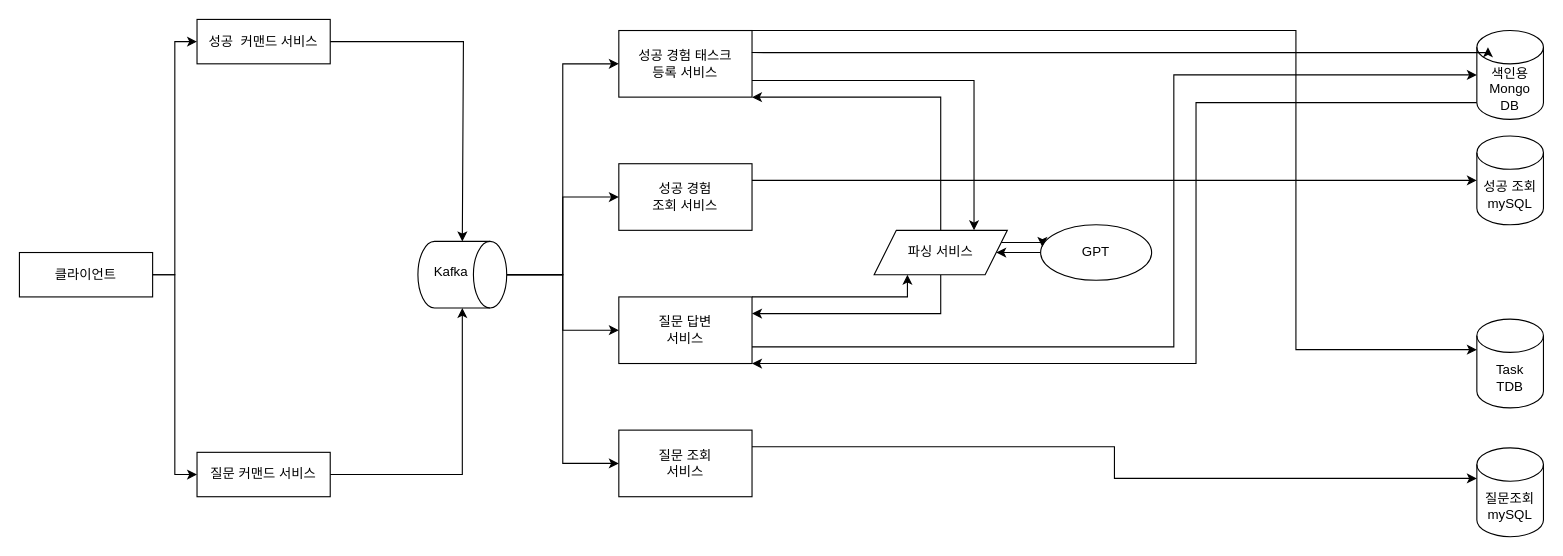
Above: 제목 없는 다이어그램.drawio in amycandoit/backend_001 (draw.io), before the change. Source tidied: cells renumbered, new cells numbered last; positions are measured from the earlier drawing's top-left corner, leaving out a move shared by most shapes. Both pictures are drawn from the tidied source at 111%, with x=0, y=0 at pixel (19, 19).
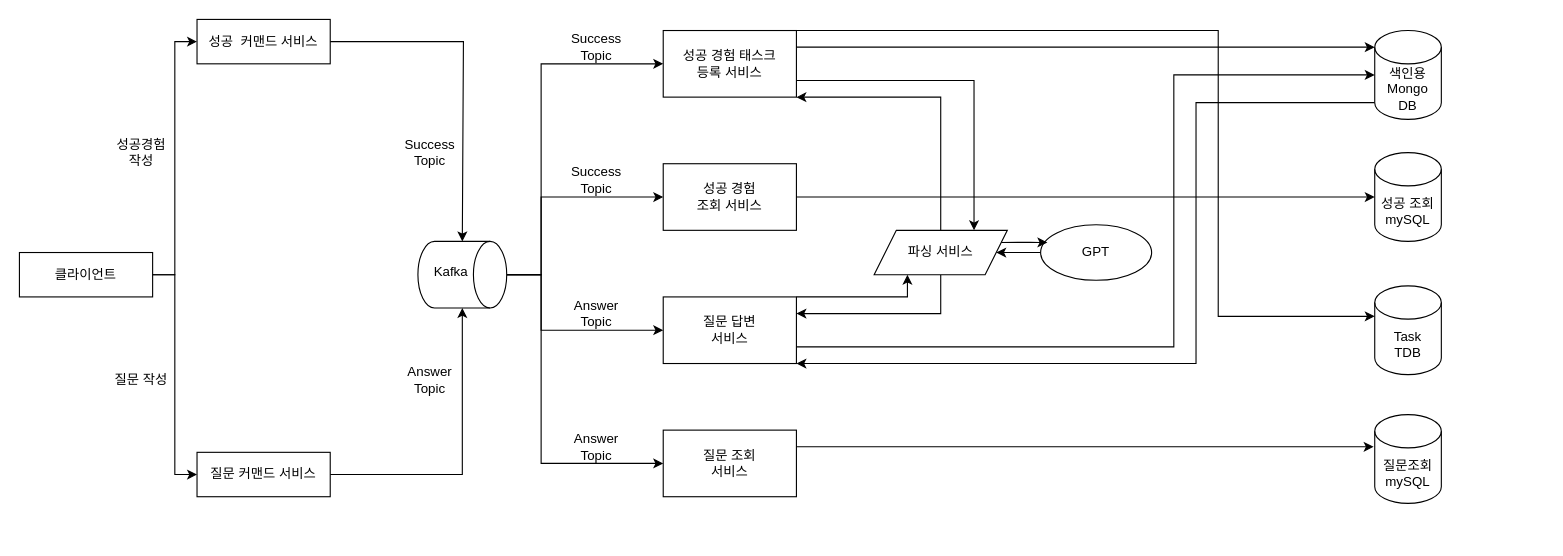
After the change.

Commit message:
수정하기.drawio 업데이트

Unchanged cells that the change refers to:
```xml
<mxCell id="10" style="shape=cylinder3;whiteSpace=wrap;html=1;boundedLbl=1;backgroundOutline=1;size=15;rotation=90;" parent="1" vertex="1">
  <mxGeometry x="369" y="190" width="60" height="80" as="geometry" />
</mxCell>
<mxCell id="13" value="파싱 서비스" style="shape=parallelogram;perimeter=parallelogramPerimeter;whiteSpace=wrap;html=1;fixedSize=1;" parent="1" vertex="1">
  <mxGeometry x="770" y="190" width="120" height="40" as="geometry" />
</mxCell>
<mxCell id="16" value="GPT" style="ellipse;whiteSpace=wrap;html=1;" parent="1" vertex="1">
  <mxGeometry x="920" y="185" width="100" height="50" as="geometry" />
</mxCell>
```

Diff of the diagram source:
```diff
@@
     <mxCell id="6" style="edgeStyle=orthogonalEdgeStyle;rounded=0;jettySize=auto;html=1;" parent="1" edge="1" source="10" target="30">
-      <mxGeometry relative="1" as="geometry" />
+      <mxGeometry relative="1" as="geometry">
+        <Array as="points">
+          <mxPoint x="470" y="230" />
+          <mxPoint x="470" y="280" />
+        </Array>
+      </mxGeometry>
     </mxCell>
     <mxCell id="7" style="edgeStyle=orthogonalEdgeStyle;rounded=0;jettySize=auto;html=1;entryX=0;entryY=0.5;entryDx=0;entryDy=0;" parent="1" edge="1" source="10" target="26">
-      <mxGeometry relative="1" as="geometry" />
+      <mxGeometry relative="1" as="geometry">
+        <Array as="points">
+          <mxPoint x="470" y="230" />
+          <mxPoint x="470" y="40" />
+        </Array>
+      </mxGeometry>
     </mxCell>
     <mxCell id="8" style="edgeStyle=orthogonalEdgeStyle;rounded=0;jettySize=auto;html=1;entryX=0;entryY=0.5;entryDx=0;entryDy=0;" parent="1" edge="1" source="10" target="27">
-      <mxGeometry relative="1" as="geometry" />
+      <mxGeometry relative="1" as="geometry">
+        <Array as="points">
+          <mxPoint x="470" y="230" />
+          <mxPoint x="470" y="160" />
+        </Array>
+      </mxGeometry>
     </mxCell>
     <mxCell id="9" style="edgeStyle=orthogonalEdgeStyle;rounded=0;jettySize=auto;html=1;entryX=0;entryY=0.5;entryDx=0;entryDy=0;" parent="1" edge="1" source="10" target="31">
-      <mxGeometry relative="1" as="geometry" />
+      <mxGeometry relative="1" as="geometry">
+        <Array as="points">
+          <mxPoint x="470" y="230" />
+          <mxPoint x="470" y="400" />
+        </Array>
+      </mxGeometry>
     </mxCell>
@@
     <mxCell id="18" value="색인용&lt;br&gt;Mongo&lt;br&gt;DB" style="shape=cylinder3;whiteSpace=wrap;html=1;boundedLbl=1;backgroundOutline=1;size=15;" parent="1" vertex="1">
-      <mxGeometry x="1313" y="10" width="60" height="80" as="geometry" />
+      <mxGeometry x="1221" y="10" width="60" height="80" as="geometry" />
     </mxCell>
     <mxCell id="19" value="성공 조회&lt;br&gt;mySQL" style="shape=cylinder3;whiteSpace=wrap;html=1;boundedLbl=1;backgroundOutline=1;size=15;" parent="1" vertex="1">
-      <mxGeometry x="1313" y="105" width="60" height="80" as="geometry" />
+      <mxGeometry x="1221" y="120" width="60" height="80" as="geometry" />
     </mxCell>
@@
     <mxCell id="23" value="Task&lt;br&gt;TDB" style="shape=cylinder3;whiteSpace=wrap;html=1;boundedLbl=1;backgroundOutline=1;size=15;" parent="1" vertex="1">
-      <mxGeometry x="1313" y="270" width="60" height="80" as="geometry" />
+      <mxGeometry x="1221" y="240" width="60" height="80" as="geometry" />
     </mxCell>
     <mxCell id="24" value="질문조회&lt;br&gt;mySQL" style="shape=cylinder3;whiteSpace=wrap;html=1;boundedLbl=1;backgroundOutline=1;size=15;" parent="1" vertex="1">
-      <mxGeometry x="1313" y="386" width="60" height="80" as="geometry" />
+      <mxGeometry x="1221" y="356" width="60" height="80" as="geometry" />
     </mxCell>
@@
     <mxCell id="26" value="성공 경험 태스크&lt;br&gt;등록 서비스" style="rounded=0;whiteSpace=wrap;html=1;" parent="1" vertex="1">
-      <mxGeometry x="540" y="10" width="120" height="60" as="geometry" />
+      <mxGeometry x="580" y="10" width="120" height="60" as="geometry" />
     </mxCell>
     <mxCell id="27" value="성공 경험&lt;br&gt;조회 서비스" style="rounded=0;whiteSpace=wrap;html=1;" parent="1" vertex="1">
-      <mxGeometry x="540" y="130" width="120" height="60" as="geometry" />
+      <mxGeometry x="580" y="130" width="120" height="60" as="geometry" />
     </mxCell>
@@
     <mxCell id="30" value="질문 답변&lt;br&gt;서비스" style="rounded=0;whiteSpace=wrap;html=1;" parent="1" vertex="1">
-      <mxGeometry x="540" y="250" width="120" height="60" as="geometry" />
+      <mxGeometry x="580" y="250" width="120" height="60" as="geometry" />
     </mxCell>
+    <mxCell id="37" style="edgeStyle=orthogonalEdgeStyle;rounded=0;jettySize=auto;html=1;exitX=1;exitY=0.25;exitDx=0;exitDy=0;" parent="1" edge="1" source="31">
+      <mxGeometry relative="1" as="geometry">
+        <mxPoint x="1220" y="385" as="targetPoint" />
+      </mxGeometry>
+    </mxCell>
     <mxCell id="31" value="질문 조회&lt;br&gt;서비스" style="rounded=0;whiteSpace=wrap;html=1;" parent="1" vertex="1">
-      <mxGeometry x="540" y="370" width="120" height="60" as="geometry" />
+      <mxGeometry x="580" y="370" width="120" height="60" as="geometry" />
     </mxCell>
-    <mxCell id="32" style="edgeStyle=orthogonalEdgeStyle;rounded=0;jettySize=auto;html=1;entryX=0;entryY=0;entryDx=0;entryDy=15;entryPerimeter=0;exitX=0.998;exitY=0.331;exitDx=0;exitDy=0;exitPerimeter=0;" parent="1" edge="1" source="26">
-      <mxGeometry relative="1" as="geometry">
-        <mxPoint x="1323" y="25" as="targetPoint" />
-        <Array as="points">
-          <mxPoint x="1323" y="30" />
-        </Array>
-      </mxGeometry>
-    </mxCell>
+    <mxCell id="38" value="성공경험 작성" style="text;html=1;strokeColor=none;fillColor=none;align=center;verticalAlign=middle;whiteSpace=wrap;rounded=0;" parent="1" vertex="1">
+      <mxGeometry x="80" y="105" width="60" height="30" as="geometry" />
+    </mxCell>
+    <mxCell id="39" value="질문 작성" style="text;html=1;strokeColor=none;fillColor=none;align=center;verticalAlign=middle;whiteSpace=wrap;rounded=0;" parent="1" vertex="1">
+      <mxGeometry x="80" y="310" width="60" height="30" as="geometry" />
+    </mxCell>
+    <mxCell id="40" value="Success&lt;br&gt;Topic" style="text;html=1;strokeColor=none;fillColor=none;align=center;verticalAlign=middle;whiteSpace=wrap;rounded=0;" parent="1" vertex="1">
+      <mxGeometry x="340" y="105" width="60" height="30" as="geometry" />
+    </mxCell>
+    <mxCell id="41" value="Answer&lt;br&gt;Topic" style="text;html=1;strokeColor=none;fillColor=none;align=center;verticalAlign=middle;whiteSpace=wrap;rounded=0;" parent="1" vertex="1">
+      <mxGeometry x="340" y="310" width="60" height="30" as="geometry" />
+    </mxCell>
+    <mxCell id="42" value="Success&lt;br&gt;Topic" style="text;html=1;strokeColor=none;fillColor=none;align=center;verticalAlign=middle;whiteSpace=wrap;rounded=0;" parent="1" vertex="1">
+      <mxGeometry x="490" y="10" width="60" height="30" as="geometry" />
+    </mxCell>
+    <mxCell id="43" value="Success&lt;br&gt;Topic" style="text;html=1;strokeColor=none;fillColor=none;align=center;verticalAlign=middle;whiteSpace=wrap;rounded=0;" parent="1" vertex="1">
+      <mxGeometry x="490" y="130" width="60" height="30" as="geometry" />
+    </mxCell>
+    <mxCell id="44" value="Answer&lt;br&gt;Topic" style="text;html=1;strokeColor=none;fillColor=none;align=center;verticalAlign=middle;whiteSpace=wrap;rounded=0;" parent="1" vertex="1">
+      <mxGeometry x="490" y="250" width="60" height="30" as="geometry" />
+    </mxCell>
+    <mxCell id="45" value="Answer&lt;br&gt;Topic" style="text;html=1;strokeColor=none;fillColor=none;align=center;verticalAlign=middle;whiteSpace=wrap;rounded=0;" parent="1" vertex="1">
+      <mxGeometry x="490" y="370" width="60" height="30" as="geometry" />
+    </mxCell>
+    <mxCell id="46" style="edgeStyle=orthogonalEdgeStyle;rounded=0;jettySize=auto;html=1;exitX=1;exitY=0.25;exitDx=0;exitDy=0;entryX=0;entryY=0;entryDx=0;entryDy=15;entryPerimeter=0;" parent="1" edge="1" source="26" target="18">
+      <mxGeometry relative="1" as="geometry" />
+    </mxCell>
-    <mxCell id="33" style="edgeStyle=orthogonalEdgeStyle;rounded=0;jettySize=auto;html=1;exitX=1;exitY=0.25;exitDx=0;exitDy=0;entryX=0.016;entryY=0.399;entryDx=0;entryDy=0;entryPerimeter=0;" parent="1" edge="1" source="13" target="16">
+    <mxCell id="33" style="edgeStyle=orthogonalEdgeStyle;rounded=0;jettySize=auto;html=1;exitX=1;exitY=0.25;exitDx=0;exitDy=0;entryX=0.061;entryY=0.319;entryDx=0;entryDy=0;entryPerimeter=0;" parent="1" edge="1" source="13" target="16">
       <mxGeometry relative="1" as="geometry" />
     </mxCell>
+    <mxCell id="35" style="edgeStyle=orthogonalEdgeStyle;rounded=0;jettySize=auto;html=1;exitX=1;exitY=0;exitDx=0;exitDy=0;entryX=0;entryY=0;entryDx=0;entryDy=27.5;entryPerimeter=0;" parent="1" edge="1" source="26" target="23">
+      <mxGeometry relative="1" as="geometry">
+        <Array as="points">
+          <mxPoint x="1080" y="10" />
+          <mxPoint x="1080" y="268" />
+        </Array>
+      </mxGeometry>
+    </mxCell>
-    <mxCell id="34" style="edgeStyle=orthogonalEdgeStyle;rounded=0;jettySize=auto;html=1;exitX=1;exitY=0.25;exitDx=0;exitDy=0;entryX=0;entryY=0.5;entryDx=0;entryDy=0;entryPerimeter=0;" parent="1" edge="1" source="27" target="19">
+    <mxCell id="34" style="edgeStyle=orthogonalEdgeStyle;rounded=0;jettySize=auto;html=1;entryX=0;entryY=0.5;entryDx=0;entryDy=0;entryPerimeter=0;" parent="1" edge="1" source="27" target="19">
       <mxGeometry relative="1" as="geometry" />
     </mxCell>
-    <mxCell id="35" style="edgeStyle=orthogonalEdgeStyle;rounded=0;jettySize=auto;html=1;exitX=1;exitY=0;exitDx=0;exitDy=0;entryX=0;entryY=0;entryDx=0;entryDy=27.5;entryPerimeter=0;" parent="1" edge="1" source="26" target="23">
-      <mxGeometry relative="1" as="geometry">
-        <Array as="points">
-          <mxPoint x="1150" y="10" />
-          <mxPoint x="1150" y="297" />
-        </Array>
-      </mxGeometry>
-    </mxCell>
-    <mxCell id="36" style="edgeStyle=orthogonalEdgeStyle;rounded=0;jettySize=auto;html=1;exitX=1;exitY=0.25;exitDx=0;exitDy=0;entryX=0;entryY=0;entryDx=0;entryDy=27.5;entryPerimeter=0;" parent="1" edge="1" source="31" target="24">
-      <mxGeometry relative="1" as="geometry" />
-    </mxCell>
```
